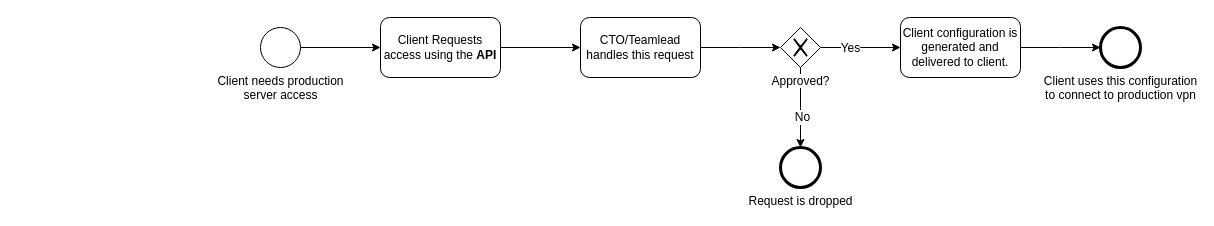
GlennDeSmedt/GlennDeSmedt.github.io keeps this draw.io diagram as page "Overall new" (3 of 8) of OVPN Flow.drawio. Above is the earlier version. Source tidied: cells renumbered, new cells numbered last; positions are measured from the earlier drawing's top-left corner, leaving out a move shared by most shapes. Both pictures are drawn from the tidied source at 100%, with x=0, y=0 at pixel (260, 17).
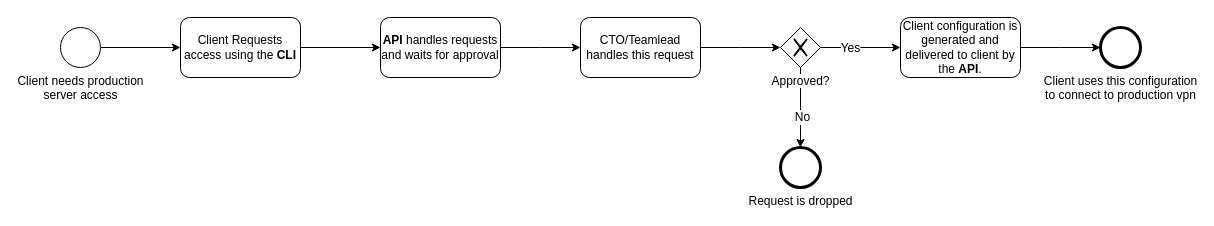
After the change.

Unchanged cells that the change refers to:
```xml
<mxCell id="7" value="CTO/Teamlead handles this request" style="shape=ext;rounded=1;html=1;whiteSpace=wrap;" parent="1" vertex="1">
  <mxGeometry x="320" width="120" height="60" as="geometry" />
</mxCell>
```

The edit, as a diff of the source:
```diff
@@
     <mxCell id="3" value="Client needs production&lt;br&gt;server access&lt;br&gt;" style="shape=mxgraph.bpmn.shape;html=1;verticalLabelPosition=bottom;labelBackgroundColor=#ffffff;verticalAlign=top;align=center;perimeter=ellipsePerimeter;outlineConnect=0;outline=standard;symbol=general;" parent="1" vertex="1">
-      <mxGeometry y="10" width="40" height="40" as="geometry" />
+      <mxGeometry x="-200" y="10" width="40" height="40" as="geometry" />
     </mxCell>
-    <mxCell id="4" style="edgeStyle=orthogonalEdgeStyle;rounded=0;jettySize=auto;html=1;" parent="1" edge="1" source="5" target="7">
+    <mxCell id="4" style="edgeStyle=orthogonalEdgeStyle;rounded=0;jettySize=auto;html=1;entryX=0;entryY=0.5;entryDx=0;entryDy=0;" parent="1" edge="1" source="5" target="18">
       <mxGeometry relative="1" as="geometry" />
     </mxCell>
-    <mxCell id="5" value="Client Requests access using the &lt;b&gt;API&lt;/b&gt;" style="shape=ext;rounded=1;html=1;whiteSpace=wrap;" parent="1" vertex="1">
-      <mxGeometry x="120" width="120" height="60" as="geometry" />
+    <mxCell id="5" value="Client Requests access using the &lt;b&gt;CLI&lt;/b&gt;" style="shape=ext;rounded=1;html=1;whiteSpace=wrap;" parent="1" vertex="1">
+      <mxGeometry x="-80" width="120" height="60" as="geometry" />
     </mxCell>
@@
-    <mxCell id="14" value="Client configuration is generated and delivered to client." style="shape=ext;rounded=1;html=1;whiteSpace=wrap;" parent="1" vertex="1">
+    <mxCell id="14" value="Client configuration is generated and delivered to client by the &lt;b&gt;API&lt;/b&gt;." style="shape=ext;rounded=1;html=1;whiteSpace=wrap;" parent="1" vertex="1">
       <mxGeometry x="640" width="120" height="60" as="geometry" />
     </mxCell>
@@
+    <mxCell id="17" style="edgeStyle=orthogonalEdgeStyle;rounded=0;jettySize=auto;html=1;" parent="1" edge="1" source="18">
+      <mxGeometry relative="1" as="geometry">
+        <mxPoint x="320" y="30" as="targetPoint" />
+      </mxGeometry>
+    </mxCell>
+    <mxCell id="18" value="&lt;b&gt;API &lt;/b&gt;handles requests and waits for approval" style="shape=ext;rounded=1;html=1;whiteSpace=wrap;" parent="1" vertex="1">
+      <mxGeometry x="120" width="120" height="60" as="geometry" />
+    </mxCell>
```
